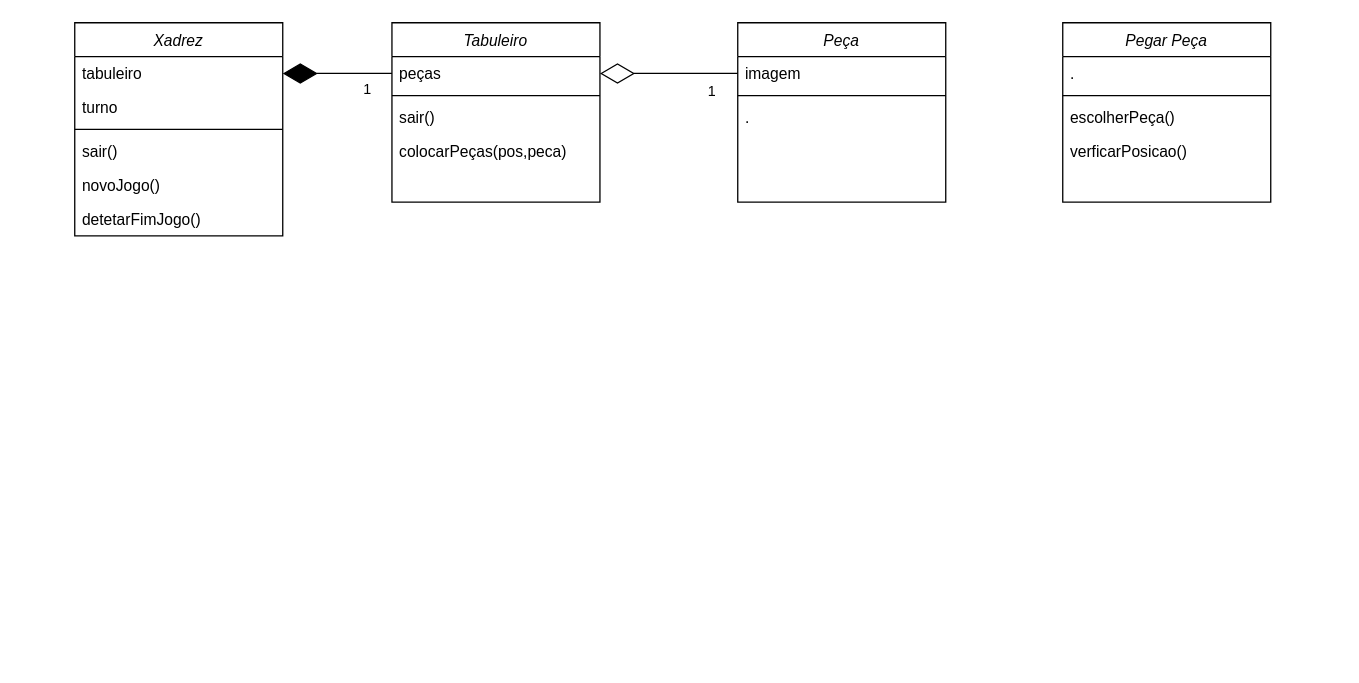
Before: Diagrama sem nome.drawio in GameJog/GameJog, a draw.io diagram. Source tidied: cells renumbered, new cells numbered last; positions are measured from the earlier drawing's top-left corner, leaving out a move shared by most shapes. Both pictures are drawn from the tidied source at 130%, with x=0, y=0 at pixel (74, 22).
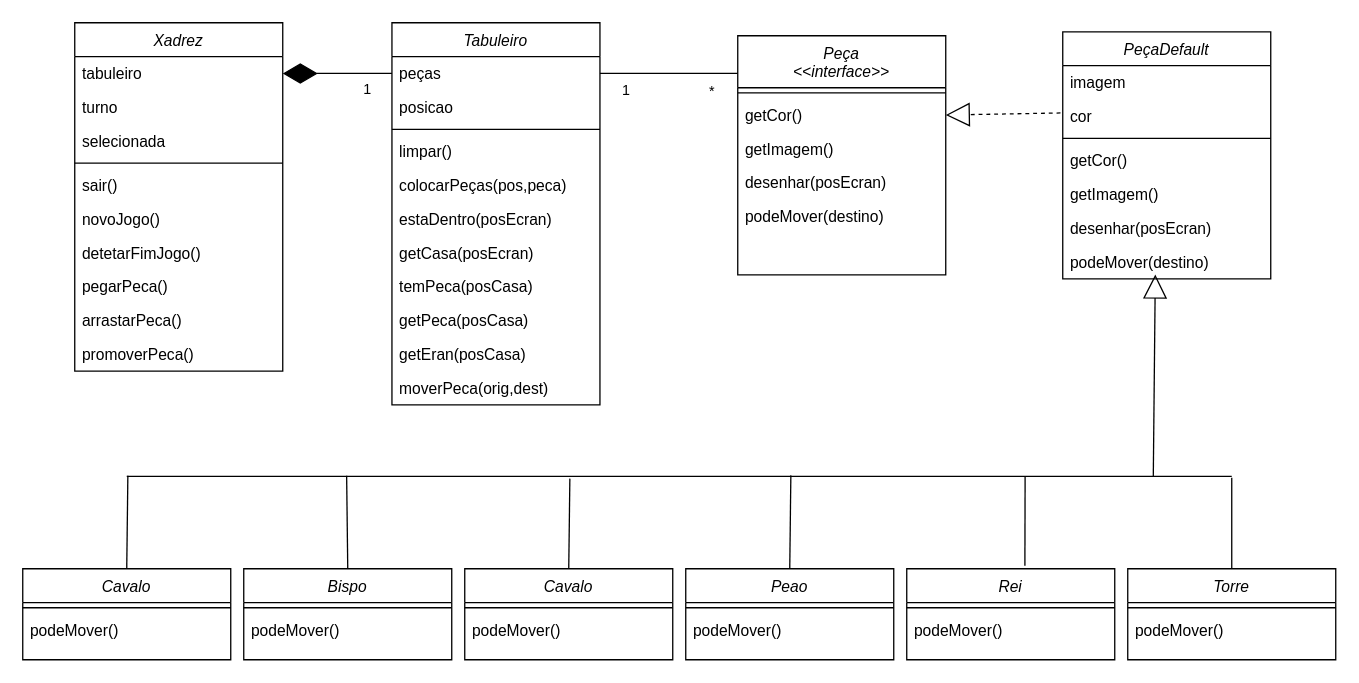
The same diagram, later.

The change refers to these unchanged cells:
```xml
<mxCell id="10" value="peças" style="text;align=left;verticalAlign=top;spacingLeft=4;spacingRight=4;overflow=hidden;points=[[0,0.5],[1,0.5]];portConstraint=eastwest;" parent="9" vertex="1">
  <mxGeometry y="26" width="160" height="26" as="geometry" />
</mxCell>
```

Diff of the diagram source:
```diff
@@
     <mxCell id="2" value="Xadrez" style="swimlane;fontStyle=2;align=center;verticalAlign=top;horizontal=1;startSize=26;rounded=0;shadow=0;strokeWidth=1;" parent="1" vertex="1">
-      <mxGeometry width="160" height="164" as="geometry" />
+      <mxGeometry width="160" height="268" as="geometry" />
     </mxCell>
@@
+    <mxCell id="27" value="selecionada&#10;" style="text;align=left;verticalAlign=top;spacingLeft=4;spacingRight=4;overflow=hidden;" parent="2" vertex="1">
+      <mxGeometry y="78" width="160" height="26" as="geometry" />
+    </mxCell>
     <mxCell id="5" style="line;html=1;strokeWidth=1;align=left;verticalAlign=middle;spacingTop=-1;spacingLeft=3;spacingRight=3;labelPosition=right;" parent="2" vertex="1">
-      <mxGeometry y="78" width="160" height="8" as="geometry" />
+      <mxGeometry y="104" width="160" height="8" as="geometry" />
     </mxCell>
     <mxCell id="6" value="sair()&#10;" style="text;align=left;verticalAlign=top;spacingLeft=4;spacingRight=4;overflow=hidden;" parent="2" vertex="1">
-      <mxGeometry y="86" width="160" height="26" as="geometry" />
+      <mxGeometry y="112" width="160" height="26" as="geometry" />
     </mxCell>
     <mxCell id="7" value="novoJogo()" style="text;align=left;verticalAlign=top;spacingLeft=4;spacingRight=4;overflow=hidden;" parent="2" vertex="1">
-      <mxGeometry y="112" width="160" height="26" as="geometry" />
+      <mxGeometry y="138" width="160" height="26" as="geometry" />
     </mxCell>
     <mxCell id="8" value="detetarFimJogo()" style="text;align=left;verticalAlign=top;spacingLeft=4;spacingRight=4;overflow=hidden;" parent="2" vertex="1">
-      <mxGeometry y="138" width="160" height="26" as="geometry" />
+      <mxGeometry y="164" width="160" height="26" as="geometry" />
     </mxCell>
+    <mxCell id="28" value="pegarPeca()" style="text;align=left;verticalAlign=top;spacingLeft=4;spacingRight=4;overflow=hidden;" parent="2" vertex="1">
+      <mxGeometry y="190" width="160" height="26" as="geometry" />
+    </mxCell>
+    <mxCell id="29" value="arrastarPeca()" style="text;align=left;verticalAlign=top;spacingLeft=4;spacingRight=4;overflow=hidden;" parent="2" vertex="1">
+      <mxGeometry y="216" width="160" height="26" as="geometry" />
+    </mxCell>
+    <mxCell id="30" value="promoverPeca()" style="text;align=left;verticalAlign=top;spacingLeft=4;spacingRight=4;overflow=hidden;" parent="2" vertex="1">
+      <mxGeometry y="242" width="160" height="26" as="geometry" />
+    </mxCell>
     <mxCell id="9" value="Tabuleiro" style="swimlane;fontStyle=2;align=center;verticalAlign=top;horizontal=1;startSize=26;rounded=0;shadow=0;strokeWidth=1;" parent="1" vertex="1">
-      <mxGeometry x="244" width="160" height="138" as="geometry" />
+      <mxGeometry x="244" width="160" height="294" as="geometry" />
     </mxCell>
@@
+    <mxCell id="31" value="posicao" style="text;align=left;verticalAlign=top;spacingLeft=4;spacingRight=4;overflow=hidden;" parent="9" vertex="1">
+      <mxGeometry y="52" width="160" height="26" as="geometry" />
+    </mxCell>
     <mxCell id="11" style="line;html=1;strokeWidth=1;align=left;verticalAlign=middle;spacingTop=-1;spacingLeft=3;spacingRight=3;labelPosition=right;" parent="9" vertex="1">
-      <mxGeometry y="52" width="160" height="8" as="geometry" />
+      <mxGeometry y="78" width="160" height="8" as="geometry" />
     </mxCell>
-    <mxCell id="12" value="sair()&#10;" style="text;align=left;verticalAlign=top;spacingLeft=4;spacingRight=4;overflow=hidden;" parent="9" vertex="1">
-      <mxGeometry y="60" width="160" height="26" as="geometry" />
+    <mxCell id="12" value="limpar()" style="text;align=left;verticalAlign=top;spacingLeft=4;spacingRight=4;overflow=hidden;" parent="9" vertex="1">
+      <mxGeometry y="86" width="160" height="26" as="geometry" />
     </mxCell>
     <mxCell id="13" value="colocarPeças(pos,peca)" style="text;align=left;verticalAlign=top;spacingLeft=4;spacingRight=4;overflow=hidden;" parent="9" vertex="1">
-      <mxGeometry y="86" width="160" height="26" as="geometry" />
+      <mxGeometry y="112" width="160" height="26" as="geometry" />
     </mxCell>
+    <mxCell id="32" value="estaDentro(posEcran)" style="text;align=left;verticalAlign=top;spacingLeft=4;spacingRight=4;overflow=hidden;" parent="9" vertex="1">
+      <mxGeometry y="138" width="160" height="26" as="geometry" />
+    </mxCell>
+    <mxCell id="33" value="getCasa(posEcran)" style="text;align=left;verticalAlign=top;spacingLeft=4;spacingRight=4;overflow=hidden;" parent="9" vertex="1">
+      <mxGeometry y="164" width="160" height="26" as="geometry" />
+    </mxCell>
+    <mxCell id="34" value="temPeca(posCasa)" style="text;align=left;verticalAlign=top;spacingLeft=4;spacingRight=4;overflow=hidden;" parent="9" vertex="1">
+      <mxGeometry y="190" width="160" height="26" as="geometry" />
+    </mxCell>
+    <mxCell id="35" value="getPeca(posCasa)" style="text;align=left;verticalAlign=top;spacingLeft=4;spacingRight=4;overflow=hidden;" parent="9" vertex="1">
+      <mxGeometry y="216" width="160" height="26" as="geometry" />
+    </mxCell>
+    <mxCell id="36" value="getEran(posCasa)" style="text;align=left;verticalAlign=top;spacingLeft=4;spacingRight=4;overflow=hidden;" parent="9" vertex="1">
+      <mxGeometry y="242" width="160" height="26" as="geometry" />
+    </mxCell>
+    <mxCell id="37" value="moverPeca(orig,dest)" style="text;align=left;verticalAlign=top;spacingLeft=4;spacingRight=4;overflow=hidden;" parent="9" vertex="1">
+      <mxGeometry y="268" width="160" height="26" as="geometry" />
+    </mxCell>
-    <mxCell id="14" value="Peça" style="swimlane;fontStyle=2;align=center;verticalAlign=top;horizontal=1;startSize=26;rounded=0;shadow=0;strokeWidth=1;" parent="1" vertex="1">
-      <mxGeometry x="510" width="160" height="138" as="geometry" />
+    <mxCell id="14" value="Peça&#10;&lt;&lt;interface&gt;&gt;" style="swimlane;fontStyle=2;align=center;verticalAlign=top;horizontal=1;startSize=40;rounded=0;shadow=0;strokeWidth=1;" parent="1" vertex="1">
+      <mxGeometry x="510" y="10" width="160" height="184" as="geometry" />
     </mxCell>
-    <mxCell id="15" value="imagem" style="text;align=left;verticalAlign=top;spacingLeft=4;spacingRight=4;overflow=hidden;points=[[0,0.5],[1,0.5]];portConstraint=eastwest;" parent="14" vertex="1">
-      <mxGeometry y="26" width="160" height="26" as="geometry" />
-    </mxCell>
     <mxCell id="16" style="line;html=1;strokeWidth=1;align=left;verticalAlign=middle;spacingTop=-1;spacingLeft=3;spacingRight=3;labelPosition=right;" parent="14" vertex="1">
-      <mxGeometry y="52" width="160" height="8" as="geometry" />
+      <mxGeometry y="40" width="160" height="8" as="geometry" />
     </mxCell>
-    <mxCell id="17" value="." style="text;align=left;verticalAlign=top;spacingLeft=4;spacingRight=4;overflow=hidden;points=[[0,0.5],[1,0.5]];portConstraint=eastwest;" parent="14" vertex="1">
-      <mxGeometry y="60" width="160" height="26" as="geometry" />
+    <mxCell id="17" value="getCor()" style="text;align=left;verticalAlign=top;spacingLeft=4;spacingRight=4;overflow=hidden;points=[[0,0.5],[1,0.5]];portConstraint=eastwest;" parent="14" vertex="1">
+      <mxGeometry y="48" width="160" height="26" as="geometry" />
     </mxCell>
+    <mxCell id="38" value="getImagem()" style="text;align=left;verticalAlign=top;spacingLeft=4;spacingRight=4;overflow=hidden;" parent="14" vertex="1">
+      <mxGeometry y="74" width="160" height="26" as="geometry" />
+    </mxCell>
+    <mxCell id="39" value="desenhar(posEcran)" style="text;align=left;verticalAlign=top;spacingLeft=4;spacingRight=4;overflow=hidden;" parent="14" vertex="1">
+      <mxGeometry y="100" width="160" height="26" as="geometry" />
+    </mxCell>
+    <mxCell id="40" value="podeMover(destino)" style="text;align=left;verticalAlign=top;spacingLeft=4;spacingRight=4;overflow=hidden;" parent="14" vertex="1">
+      <mxGeometry y="126" width="160" height="26" as="geometry" />
+    </mxCell>
@@
-    <mxCell id="20" style="endArrow=diamondThin;endFill=0;endSize=24;html=1;rounded=0;entryX=1;entryY=0.5;entryDx=0;entryDy=0;exitX=0;exitY=0.5;exitDx=0;exitDy=0;" parent="1" edge="1" source="15" target="10">
-      <mxGeometry relative="1" as="geometry" />
+    <mxCell id="20" style="endArrow=none;endFill=0;endSize=24;html=1;rounded=0;exitX=0;exitY=0.5;exitDx=0;exitDy=0;entryX=1;entryY=0.5;entryDx=0;entryDy=0;" parent="1" edge="1" target="10">
+      <mxGeometry relative="1" as="geometry">
+        <mxPoint x="510" y="39" as="sourcePoint" />
+      </mxGeometry>
     </mxCell>
-    <mxCell id="21" value="1" style="edgeLabel;html=1;align=center;verticalAlign=middle;" parent="20" vertex="1">
+    <mxCell id="21" value="*" style="edgeLabel;html=1;align=center;verticalAlign=middle;" parent="20" vertex="1">
       <mxGeometry x="-0.61" relative="1" as="geometry">
         <mxPoint y="13" as="offset" />
       </mxGeometry>
     </mxCell>
-    <mxCell id="22" value="Pegar Peça" style="swimlane;fontStyle=2;align=center;verticalAlign=top;horizontal=1;startSize=26;rounded=0;shadow=0;strokeWidth=1;" parent="1" vertex="1">
-      <mxGeometry x="760" width="160" height="138" as="geometry" />
-    </mxCell>
-    <mxCell id="23" value="." style="text;align=left;verticalAlign=top;spacingLeft=4;spacingRight=4;overflow=hidden;" parent="22" vertex="1">
-      <mxGeometry y="26" width="160" height="26" as="geometry" />
-    </mxCell>
-    <mxCell id="24" style="line;html=1;strokeWidth=1;align=left;verticalAlign=middle;spacingTop=-1;spacingLeft=3;spacingRight=3;labelPosition=right;" parent="22" vertex="1">
-      <mxGeometry y="52" width="160" height="8" as="geometry" />
-    </mxCell>
-    <mxCell id="25" value="escolherPeça()" style="text;align=left;verticalAlign=top;spacingLeft=4;spacingRight=4;overflow=hidden;" parent="22" vertex="1">
-      <mxGeometry y="60" width="160" height="26" as="geometry" />
-    </mxCell>
-    <mxCell id="26" value="verficarPosicao()" style="text;align=left;verticalAlign=top;spacingLeft=4;spacingRight=4;overflow=hidden;" parent="22" vertex="1">
-      <mxGeometry y="86" width="160" height="26" as="geometry" />
-    </mxCell>
+    <mxCell id="41" value="PeçaDefault" style="swimlane;fontStyle=2;align=center;verticalAlign=top;horizontal=1;startSize=26;rounded=0;shadow=0;strokeWidth=1;" parent="1" vertex="1">
+      <mxGeometry x="760" y="7" width="160" height="190" as="geometry" />
+    </mxCell>
+    <mxCell id="15" value="imagem" style="text;align=left;verticalAlign=top;spacingLeft=4;spacingRight=4;overflow=hidden;points=[[0,0.5],[1,0.5]];portConstraint=eastwest;" parent="41" vertex="1">
+      <mxGeometry y="26" width="160" height="26" as="geometry" />
+    </mxCell>
+    <mxCell id="42" value="cor" style="text;align=left;verticalAlign=top;spacingLeft=4;spacingRight=4;overflow=hidden;points=[[0,0.5],[1,0.5]];portConstraint=eastwest;" parent="41" vertex="1">
+      <mxGeometry y="52" width="160" height="26" as="geometry" />
+    </mxCell>
+    <mxCell id="43" style="line;html=1;strokeWidth=1;align=left;verticalAlign=middle;spacingTop=-1;spacingLeft=3;spacingRight=3;labelPosition=right;" parent="41" vertex="1">
+      <mxGeometry y="78" width="160" height="8" as="geometry" />
+    </mxCell>
+    <mxCell id="44" value="getCor()" style="text;align=left;verticalAlign=top;spacingLeft=4;spacingRight=4;overflow=hidden;" parent="41" vertex="1">
+      <mxGeometry y="86" width="160" height="26" as="geometry" />
+    </mxCell>
+    <mxCell id="45" value="getImagem()" style="text;align=left;verticalAlign=top;spacingLeft=4;spacingRight=4;overflow=hidden;" parent="41" vertex="1">
+      <mxGeometry y="112" width="160" height="26" as="geometry" />
+    </mxCell>
+    <mxCell id="46" value="desenhar(posEcran)" style="text;align=left;verticalAlign=top;spacingLeft=4;spacingRight=4;overflow=hidden;" parent="41" vertex="1">
+      <mxGeometry y="138" width="160" height="26" as="geometry" />
+    </mxCell>
+    <mxCell id="47" value="podeMover(destino)" style="text;align=left;verticalAlign=top;spacingLeft=4;spacingRight=4;overflow=hidden;points=[[0,0.5],[1,0.5]];portConstraint=eastwest;" parent="41" vertex="1">
+      <mxGeometry y="164" width="160" height="26" as="geometry" />
+    </mxCell>
+    <mxCell id="48" value="Cavalo" style="swimlane;fontStyle=2;align=center;verticalAlign=top;horizontal=1;startSize=26;rounded=0;shadow=0;strokeWidth=1;" parent="1" vertex="1">
+      <mxGeometry x="-40" y="420" width="160" height="70" as="geometry" />
+    </mxCell>
+    <mxCell id="49" style="line;html=1;strokeWidth=1;align=left;verticalAlign=middle;spacingTop=-1;spacingLeft=3;spacingRight=3;labelPosition=right;" parent="48" vertex="1">
+      <mxGeometry y="26" width="160" height="8" as="geometry" />
+    </mxCell>
+    <mxCell id="50" value="podeMover()" style="text;align=left;verticalAlign=top;spacingLeft=4;spacingRight=4;overflow=hidden;" parent="48" vertex="1">
+      <mxGeometry y="34" width="160" height="26" as="geometry" />
+    </mxCell>
+    <mxCell id="51" value="Bispo" style="swimlane;fontStyle=2;align=center;verticalAlign=top;horizontal=1;startSize=26;rounded=0;shadow=0;strokeWidth=1;" parent="1" vertex="1">
+      <mxGeometry x="130" y="420" width="160" height="70" as="geometry" />
+    </mxCell>
+    <mxCell id="52" style="line;html=1;strokeWidth=1;align=left;verticalAlign=middle;spacingTop=-1;spacingLeft=3;spacingRight=3;labelPosition=right;" parent="51" vertex="1">
+      <mxGeometry y="26" width="160" height="8" as="geometry" />
+    </mxCell>
+    <mxCell id="53" value="podeMover()" style="text;align=left;verticalAlign=top;spacingLeft=4;spacingRight=4;overflow=hidden;" parent="51" vertex="1">
+      <mxGeometry y="34" width="160" height="26" as="geometry" />
+    </mxCell>
+    <mxCell id="54" value="Cavalo" style="swimlane;fontStyle=2;align=center;verticalAlign=top;horizontal=1;startSize=26;rounded=0;shadow=0;strokeWidth=1;" parent="1" vertex="1">
+      <mxGeometry x="300" y="420" width="160" height="70" as="geometry" />
+    </mxCell>
+    <mxCell id="55" style="line;html=1;strokeWidth=1;align=left;verticalAlign=middle;spacingTop=-1;spacingLeft=3;spacingRight=3;labelPosition=right;" parent="54" vertex="1">
+      <mxGeometry y="26" width="160" height="8" as="geometry" />
+    </mxCell>
+    <mxCell id="56" value="podeMover()" style="text;align=left;verticalAlign=top;spacingLeft=4;spacingRight=4;overflow=hidden;" parent="54" vertex="1">
+      <mxGeometry y="34" width="160" height="26" as="geometry" />
+    </mxCell>
+    <mxCell id="57" value="Peao" style="swimlane;fontStyle=2;align=center;verticalAlign=top;horizontal=1;startSize=26;rounded=0;shadow=0;strokeWidth=1;" parent="1" vertex="1">
+      <mxGeometry x="470" y="420" width="160" height="70" as="geometry" />
+    </mxCell>
+    <mxCell id="58" style="line;html=1;strokeWidth=1;align=left;verticalAlign=middle;spacingTop=-1;spacingLeft=3;spacingRight=3;labelPosition=right;" parent="57" vertex="1">
+      <mxGeometry y="26" width="160" height="8" as="geometry" />
+    </mxCell>
+    <mxCell id="59" value="podeMover()" style="text;align=left;verticalAlign=top;spacingLeft=4;spacingRight=4;overflow=hidden;" parent="57" vertex="1">
+      <mxGeometry y="34" width="160" height="26" as="geometry" />
+    </mxCell>
+    <mxCell id="60" value="Rei" style="swimlane;fontStyle=2;align=center;verticalAlign=top;horizontal=1;startSize=26;rounded=0;shadow=0;strokeWidth=1;" parent="1" vertex="1">
+      <mxGeometry x="640" y="420" width="160" height="70" as="geometry" />
+    </mxCell>
+    <mxCell id="61" style="line;html=1;strokeWidth=1;align=left;verticalAlign=middle;spacingTop=-1;spacingLeft=3;spacingRight=3;labelPosition=right;" parent="60" vertex="1">
+      <mxGeometry y="26" width="160" height="8" as="geometry" />
+    </mxCell>
+    <mxCell id="62" value="podeMover()" style="text;align=left;verticalAlign=top;spacingLeft=4;spacingRight=4;overflow=hidden;" parent="60" vertex="1">
+      <mxGeometry y="34" width="160" height="26" as="geometry" />
+    </mxCell>
+    <mxCell id="63" value="Torre" style="swimlane;fontStyle=2;align=center;verticalAlign=top;horizontal=1;startSize=26;rounded=0;shadow=0;strokeWidth=1;" parent="1" vertex="1">
+      <mxGeometry x="810" y="420" width="160" height="70" as="geometry" />
+    </mxCell>
+    <mxCell id="64" style="line;html=1;strokeWidth=1;align=left;verticalAlign=middle;spacingTop=-1;spacingLeft=3;spacingRight=3;labelPosition=right;" parent="63" vertex="1">
+      <mxGeometry y="26" width="160" height="8" as="geometry" />
+    </mxCell>
+    <mxCell id="65" value="podeMover()" style="text;align=left;verticalAlign=top;spacingLeft=4;spacingRight=4;overflow=hidden;" parent="63" vertex="1">
+      <mxGeometry y="34" width="160" height="26" as="geometry" />
+    </mxCell>
+    <mxCell id="66" style="endArrow=block;endSize=16;endFill=0;html=1;rounded=0;entryX=0.445;entryY=0.87;entryDx=0;entryDy=0;entryPerimeter=0;exitX=0.929;exitY=0.478;exitDx=0;exitDy=0;exitPerimeter=0;" parent="1" edge="1" source="67" target="47">
+      <mxGeometry relative="1" as="geometry" />
+    </mxCell>
+    <mxCell id="67" style="line;strokeWidth=1;fillColor=none;align=left;verticalAlign=middle;spacingTop=-1;spacingLeft=3;spacingRight=3;labelPosition=right;points=[];portConstraint=eastwest;strokeColor=inherit;" parent="1" vertex="1">
+      <mxGeometry x="40" y="340" width="850" height="18" as="geometry" />
+    </mxCell>
+    <mxCell id="68" style="endArrow=none;html=1;rounded=0;exitX=0.5;exitY=0;exitDx=0;exitDy=0;entryX=0.001;entryY=0.469;entryDx=0;entryDy=0;entryPerimeter=0;" parent="1" edge="1" source="48" target="67">
+      <mxGeometry relative="1" as="geometry" />
+    </mxCell>
+    <mxCell id="69" style="endArrow=none;html=1;rounded=0;entryX=0.5;entryY=0;entryDx=0;entryDy=0;exitX=0.199;exitY=0.469;exitDx=0;exitDy=0;exitPerimeter=0;" parent="1" edge="1" source="67" target="51">
+      <mxGeometry relative="1" as="geometry" />
+    </mxCell>
+    <mxCell id="70" style="endArrow=none;html=1;rounded=0;entryX=0.5;entryY=0;entryDx=0;entryDy=0;exitX=0.401;exitY=0.593;exitDx=0;exitDy=0;exitPerimeter=0;" parent="1" edge="1" source="67" target="54">
+      <mxGeometry relative="1" as="geometry" />
+    </mxCell>
+    <mxCell id="71" style="endArrow=none;html=1;rounded=0;entryX=0.601;entryY=0.454;entryDx=0;entryDy=0;entryPerimeter=0;exitX=0.5;exitY=0;exitDx=0;exitDy=0;" parent="1" edge="1" source="57" target="67">
+      <mxGeometry relative="1" as="geometry" />
+    </mxCell>
+    <mxCell id="72" style="endArrow=none;html=1;rounded=0;exitX=0.568;exitY=-0.034;exitDx=0;exitDy=0;exitPerimeter=0;entryX=0.813;entryY=0.509;entryDx=0;entryDy=0;entryPerimeter=0;" parent="1" edge="1" source="60" target="67">
+      <mxGeometry relative="1" as="geometry" />
+    </mxCell>
+    <mxCell id="73" style="endArrow=none;html=1;rounded=0;entryX=1;entryY=0.556;entryDx=0;entryDy=0;entryPerimeter=0;exitX=0.5;exitY=0;exitDx=0;exitDy=0;" parent="1" edge="1" source="63" target="67">
+      <mxGeometry relative="1" as="geometry" />
+    </mxCell>
+    <mxCell id="74" style="endArrow=block;endSize=16;endFill=0;html=1;rounded=0;entryX=1;entryY=0.5;entryDx=0;entryDy=0;startArrow=none;startFill=0;dashed=1;exitX=-0.011;exitY=0.4;exitDx=0;exitDy=0;exitPerimeter=0;" parent="1" edge="1" source="42" target="17">
+      <mxGeometry relative="1" as="geometry" />
+    </mxCell>
+    <mxCell id="75" value="1" style="edgeLabel;html=1;align=center;verticalAlign=middle;" parent="1" vertex="1">
+      <mxGeometry x="480" y="70" as="geometry">
+        <mxPoint x="-57" y="-19" as="offset" />
+      </mxGeometry>
+    </mxCell>
```
